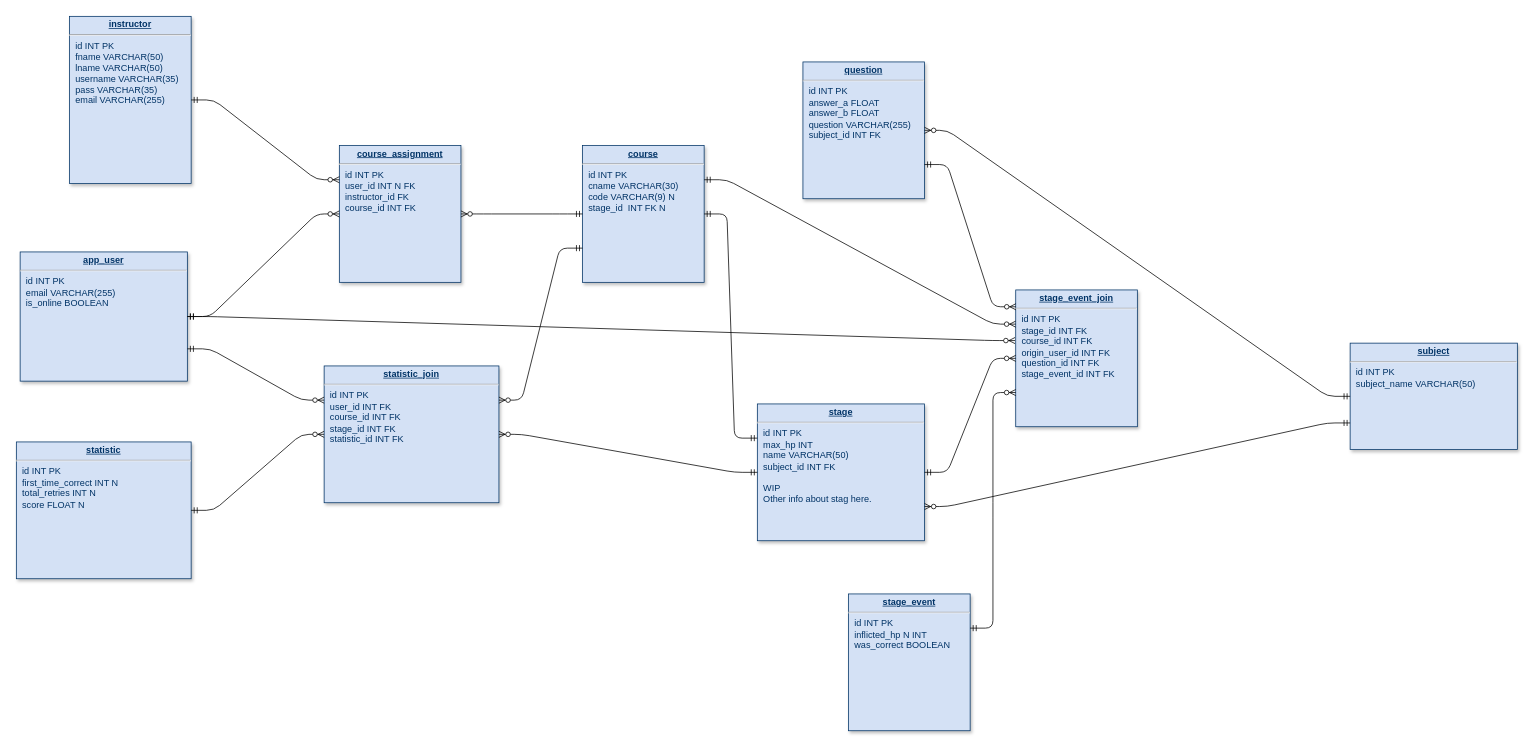
The draw.io diagram Documentation/JebraDB.drawio in mschray/Fall-2021-IPRO, before the edit. Source tidied: cells renumbered, new cells numbered last; positions are measured from the earlier drawing's top-left corner, leaving out a move shared by most shapes. Both pictures are drawn from the tidied source at 76%, with x=0, y=0 at pixel (16, 16).
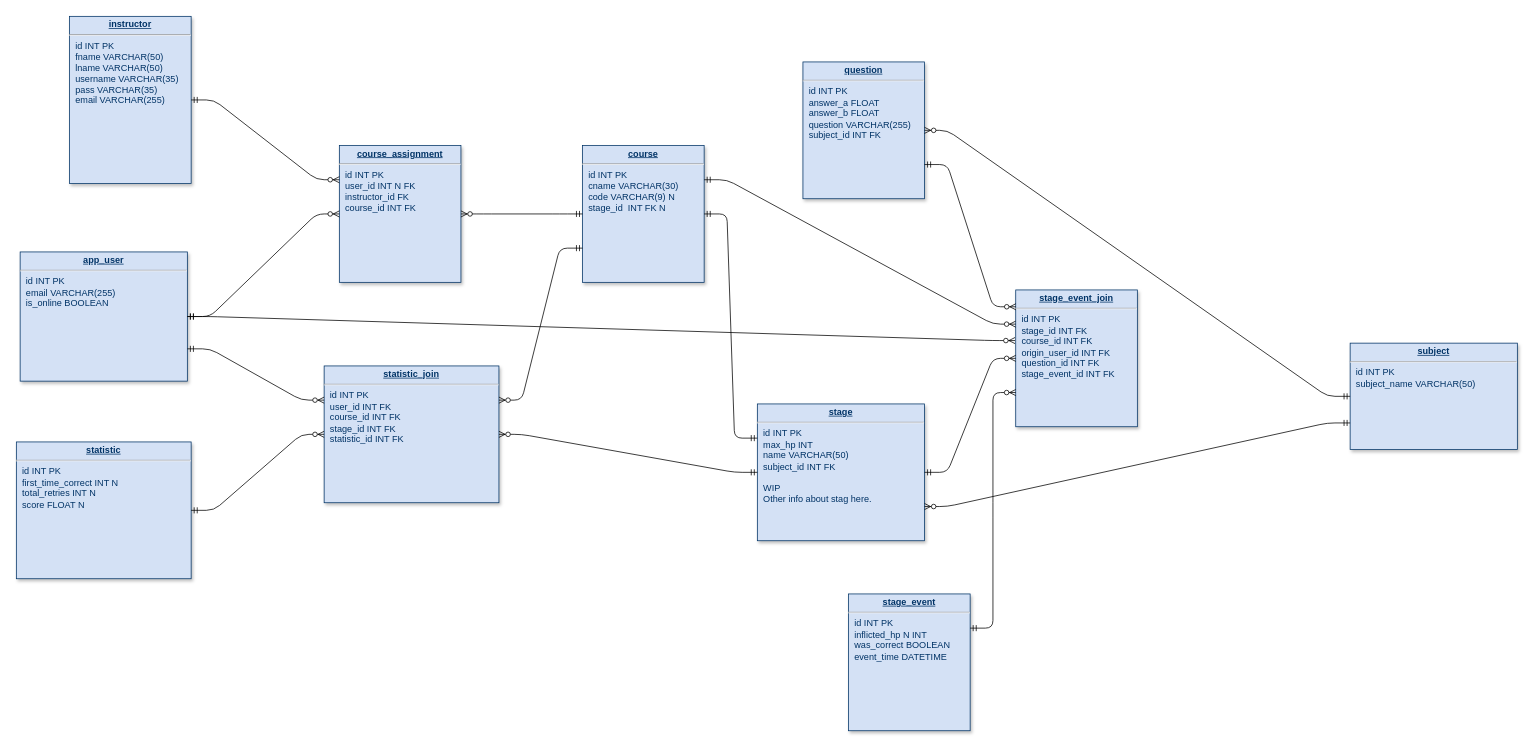
The same diagram, later.

The edit, as a diff of the source:
```diff
@@
-    <mxCell id="19" value="&lt;p style=&quot;margin: 0px ; margin-top: 4px ; text-align: center ; text-decoration: underline&quot;&gt;&lt;b&gt;stage_event&lt;/b&gt;&lt;/p&gt;&lt;hr&gt;&lt;p style=&quot;margin: 0px ; margin-left: 8px&quot;&gt;id INT PK&lt;/p&gt;&lt;p style=&quot;margin: 0px ; margin-left: 8px&quot;&gt;inflicted_hp N INT&lt;/p&gt;&lt;p style=&quot;margin: 0px ; margin-left: 8px&quot;&gt;was_correct BOOLEAN&lt;/p&gt;&lt;p style=&quot;margin: 0px ; margin-left: 8px&quot;&gt;&lt;br&gt;&lt;/p&gt;&lt;p style=&quot;margin: 0px ; margin-left: 8px&quot;&gt;&lt;br&gt;&lt;/p&gt;&lt;p style=&quot;margin: 0px ; margin-left: 8px&quot;&gt;&lt;br&gt;&lt;/p&gt;" style="verticalAlign=top;align=left;overflow=fill;fontSize=12;fontFamily=Helvetica;html=1;strokeColor=#003366;shadow=1;fillColor=#D4E1F5;fontColor=#003366;" parent="1" vertex="1">
+    <mxCell id="19" value="&lt;p style=&quot;margin: 0px ; margin-top: 4px ; text-align: center ; text-decoration: underline&quot;&gt;&lt;b&gt;stage_event&lt;/b&gt;&lt;/p&gt;&lt;hr&gt;&lt;p style=&quot;margin: 0px ; margin-left: 8px&quot;&gt;id INT PK&lt;/p&gt;&lt;p style=&quot;margin: 0px ; margin-left: 8px&quot;&gt;inflicted_hp N INT&lt;/p&gt;&lt;p style=&quot;margin: 0px ; margin-left: 8px&quot;&gt;was_correct BOOLEAN&lt;/p&gt;&lt;p style=&quot;margin: 0px ; margin-left: 8px&quot;&gt;event_time DATETIME&amp;nbsp;&lt;/p&gt;&lt;p style=&quot;margin: 0px ; margin-left: 8px&quot;&gt;&lt;br&gt;&lt;/p&gt;&lt;p style=&quot;margin: 0px ; margin-left: 8px&quot;&gt;&lt;br&gt;&lt;/p&gt;&lt;p style=&quot;margin: 0px ; margin-left: 8px&quot;&gt;&lt;br&gt;&lt;/p&gt;" style="verticalAlign=top;align=left;overflow=fill;fontSize=12;fontFamily=Helvetica;html=1;strokeColor=#003366;shadow=1;fillColor=#D4E1F5;fontColor=#003366;" parent="1" vertex="1">
       <mxGeometry x="1095" y="760" width="160" height="180" as="geometry" />
     </mxCell>
```
